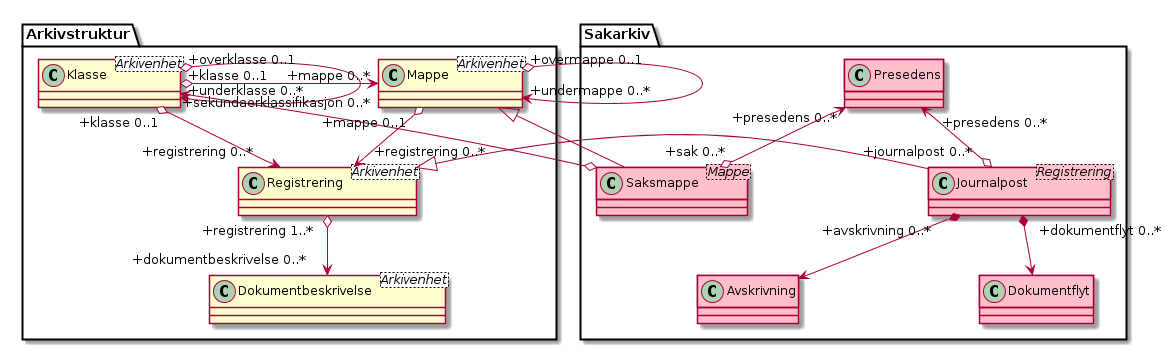
This is kapitler/media/uml-sakarkiv-entiteter-forenklet.png from arkivverket/noark5-tjenestegrensesnitt-standard, a PlantUML export, as it was before one commit.
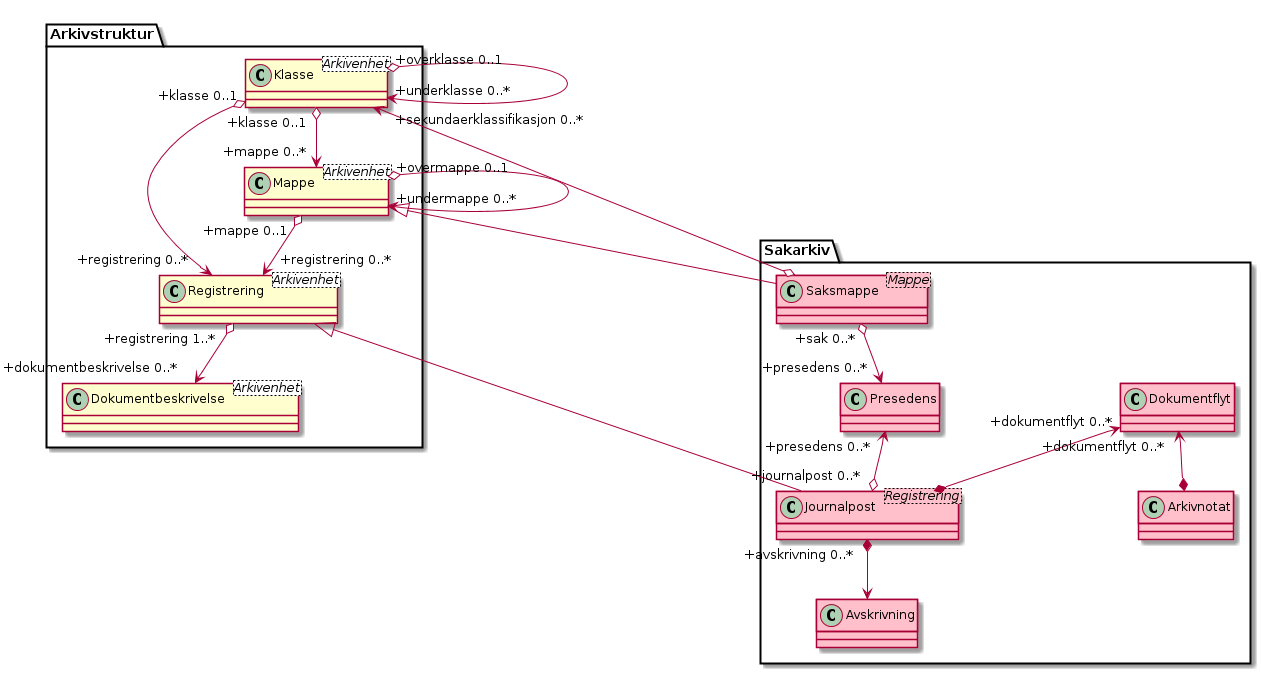
The same file after the commit.

Commit message:
Oppdater PNG-utgave av UML-diagrammer etter siste endringer.

Diff of the diagram source:
```diff
@@ -10,19 +10,21 @@
 class Sakarkiv.Presedens #pink
 class Sakarkiv.Journalpost <Registrering> #pink
 class Sakarkiv.Avskrivning #pink
+class Sakarkiv.Arkivnotat #pink
 class Sakarkiv.Dokumentflyt #pink
 
 Arkivstruktur.Klasse "+overklasse 0..1" o--> "+underklasse 0..*" Arkivstruktur.Klasse
-Arkivstruktur.Klasse "+klasse 0..1" o-> "+mappe 0..*" Arkivstruktur.Mappe
+Arkivstruktur.Klasse "+klasse 0..1" o--> "+mappe 0..*" Arkivstruktur.Mappe
 Arkivstruktur.Mappe "+overmappe 0..1" o--> "+undermappe 0..*" Arkivstruktur.Mappe
 Arkivstruktur.Mappe <|-- Sakarkiv.Saksmappe
-Sakarkiv.Saksmappe o--> "+sekundaerklassifikasjon 0..*" Arkivstruktur.Klasse
-Sakarkiv.Presedens "+presedens 0..*" <--o "+sak 0..*" Sakarkiv.Saksmappe
+Arkivstruktur.Klasse "+sekundaerklassifikasjon 0..*"  <--o Sakarkiv.Saksmappe
+Sakarkiv.Saksmappe "+sak 0..*" o--> "+presedens 0..*" Sakarkiv.Presedens
 Arkivstruktur.Mappe "+mappe 0..1" o--> "+registrering 0..*" Arkivstruktur.Registrering
 Arkivstruktur.Klasse "+klasse 0..1" o--> "+registrering 0..*" Arkivstruktur.Registrering
 Arkivstruktur.Registrering <|-- Sakarkiv.Journalpost
 Sakarkiv.Presedens "+presedens 0..*" <--o "+journalpost 0..*" Sakarkiv.Journalpost
 Sakarkiv.Journalpost "+avskrivning 0..*" *--> Sakarkiv.Avskrivning
-Sakarkiv.Journalpost "+dokumentflyt 0..*" *--> Sakarkiv.Dokumentflyt
+Sakarkiv.Dokumentflyt "+dokumentflyt 0..*" <--* Sakarkiv.Journalpost
+Sakarkiv.Dokumentflyt "+dokumentflyt 0..*" <--* Sakarkiv.Arkivnotat
 Arkivstruktur.Registrering "+registrering 1..*" o--> "+dokumentbeskrivelse 0..*" Arkivstruktur.Dokumentbeskrivelse
 @enduml
```
